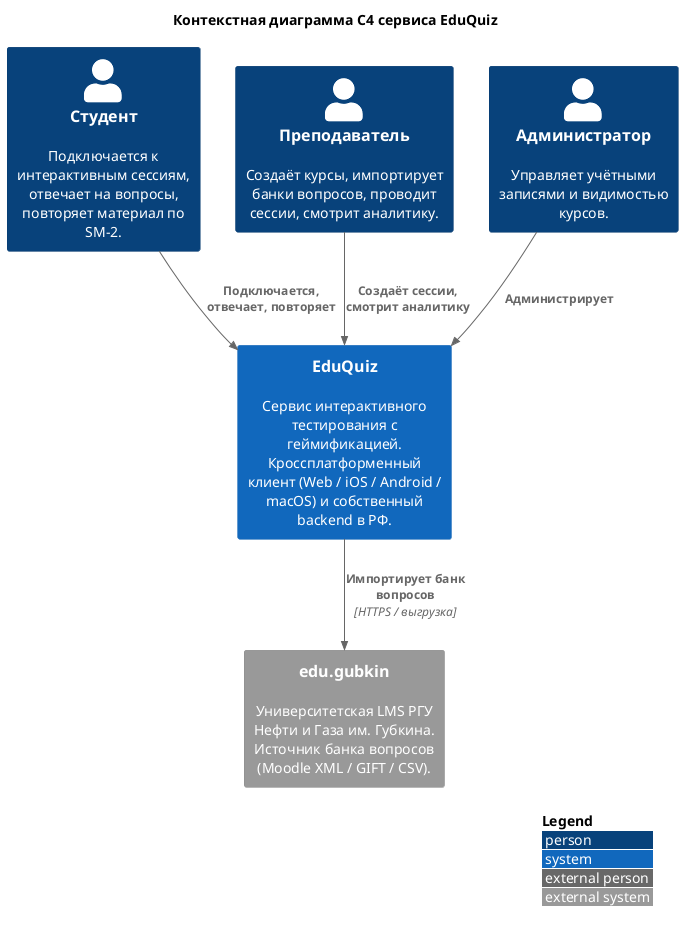
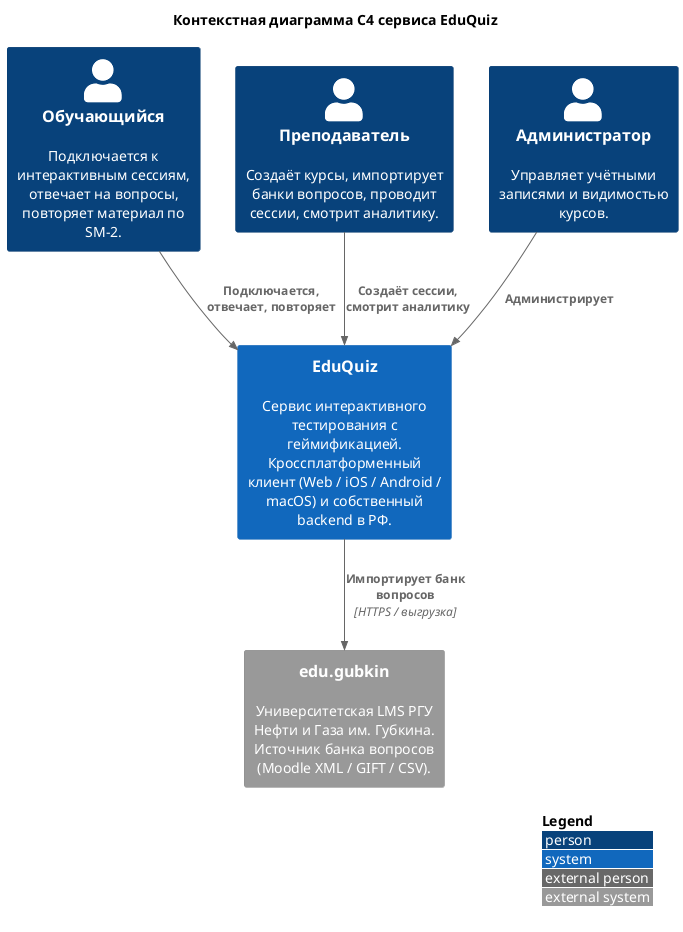
@startuml c4-context
!include <C4/C4_Context>

title Контекстная диаграмма C4 сервиса EduQuiz

LAYOUT_WITH_LEGEND()

- Person(student, "Студент", "Подключается к интерактивным сессиям, отвечает на вопросы, повторяет материал по SM-2.")
+ Person(student, "Обучающийся", "Подключается к интерактивным сессиям, отвечает на вопросы, повторяет материал по SM-2.")
Person(teacher, "Преподаватель", "Создаёт курсы, импортирует банки вопросов, проводит сессии, смотрит аналитику.")
Person(admin,   "Администратор", "Управляет учётными записями и видимостью курсов.")

System(eduquiz, "EduQuiz", "Сервис интерактивного тестирования с геймификацией. Кроссплатформенный клиент (Web / iOS / Android / macOS) и собственный backend в РФ.")

System_Ext(edugubkin, "edu.gubkin", "Университетская LMS РГУ Нефти и Газа им. Губкина. Источник банка вопросов (Moodle XML / GIFT / CSV).")

Rel(student, eduquiz, "Подключается, отвечает, повторяет")
Rel(teacher, eduquiz, "Создаёт сессии, смотрит аналитику")
Rel(admin,   eduquiz, "Администрирует")
Rel(eduquiz, edugubkin, "Импортирует банк вопросов", "HTTPS / выгрузка")

@enduml
